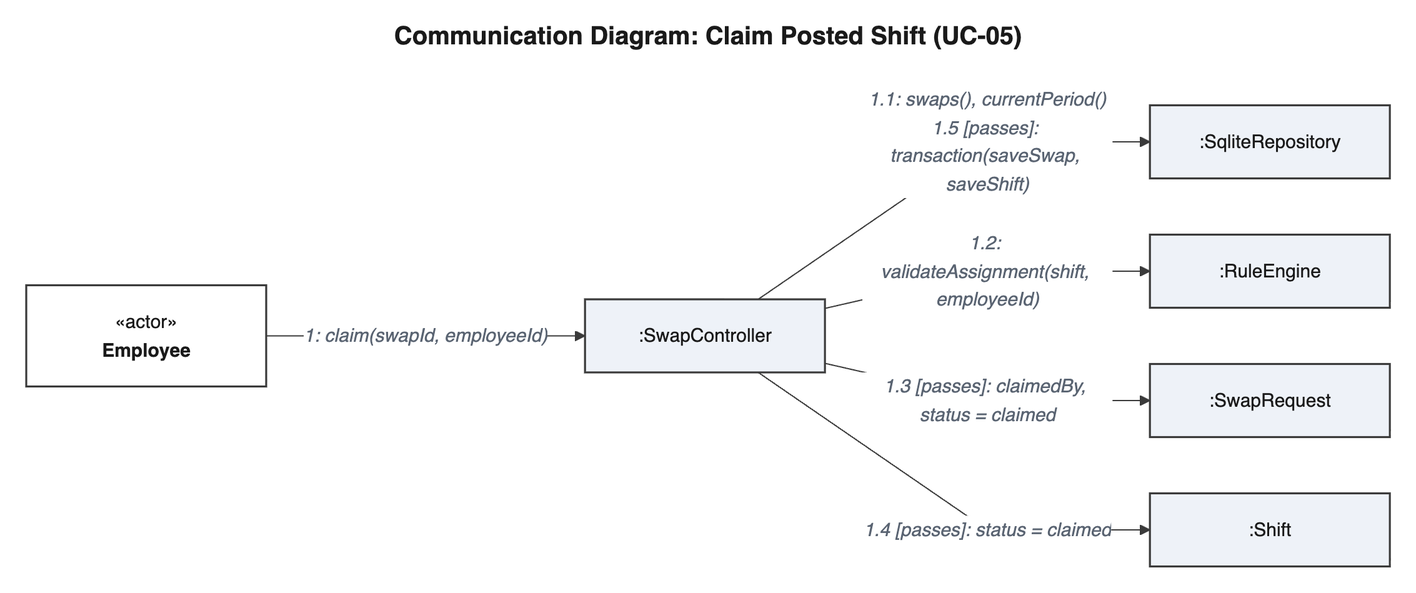
Earlier version of the Mermaid export diagrams/images/interactions/comm_claim.png (perfettiful/ShiftChex). Its source is kept beside it as diagrams/mmd/interactions/comm_claim.mmd. The source it was exported from:
```mermaid
---
title: "Communication Diagram: Claim Posted Shift (UC-05)"
---
flowchart LR
    E["«actor»<br/><b>Employee</b>"]:::actor
    SW[":SwapController"]
    RE[":RuleEngine"]
    Repo[":SqliteRepository"]
    SR[":SwapRequest"]
    Sh[":Shift"]

    E -- "1: claim(swapId, employeeId)" --> SW
    SW -- "1.1: swaps(), currentPeriod()<br/>1.5 [passes]: transaction(saveSwap, saveShift)" --> Repo
    SW -- "1.2: validateAssignment(shift, employeeId)" --> RE
    SW -- "1.3 [passes]: claimedBy, status = claimed" --> SR
    SW -- "1.4 [passes]: status = claimed" --> Sh

    classDef actor fill:#ffffff,stroke:#3a3a3a,stroke-width:1.6px
```
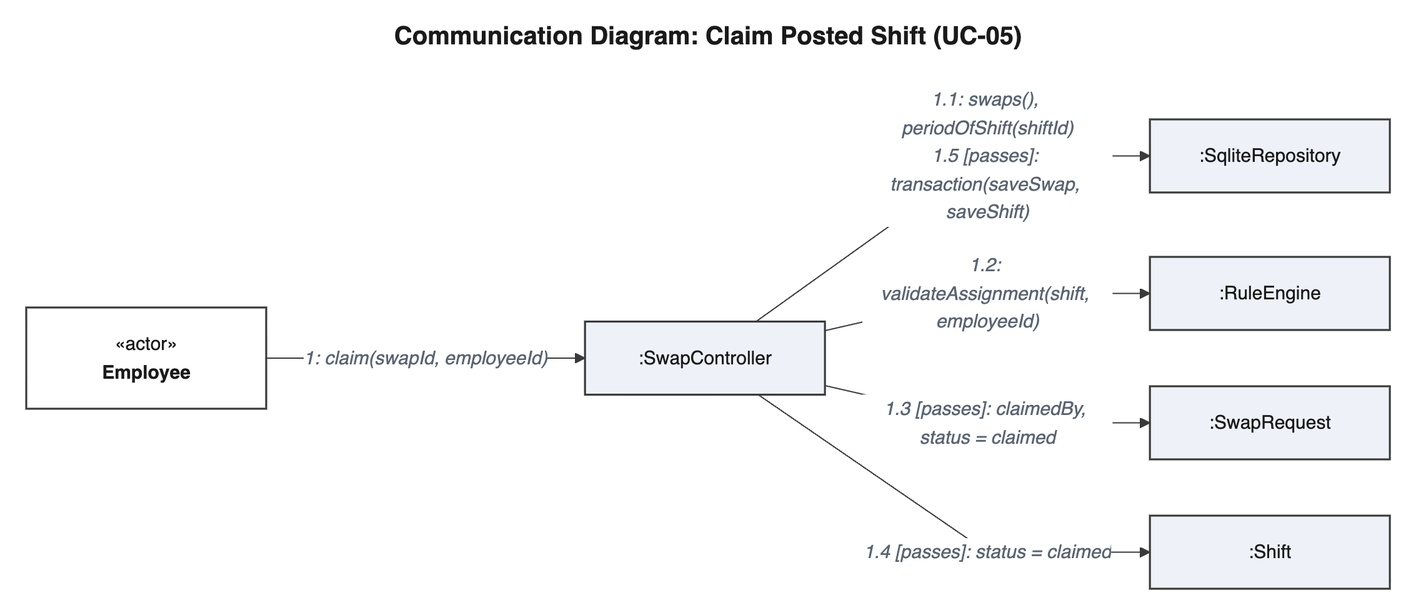
The same file after the commit.

The edit, as a diff of the source:
```diff
@@ -10,7 +10,7 @@
     Sh[":Shift"]
 
     E -- "1: claim(swapId, employeeId)" --> SW
-    SW -- "1.1: swaps(), currentPeriod()<br/>1.5 [passes]: transaction(saveSwap, saveShift)" --> Repo
+    SW -- "1.1: swaps(), periodOfShift(shiftId)<br/>1.5 [passes]: transaction(saveSwap, saveShift)" --> Repo
     SW -- "1.2: validateAssignment(shift, employeeId)" --> RE
     SW -- "1.3 [passes]: claimedBy, status = claimed" --> SR
     SW -- "1.4 [passes]: status = claimed" --> Sh
```
